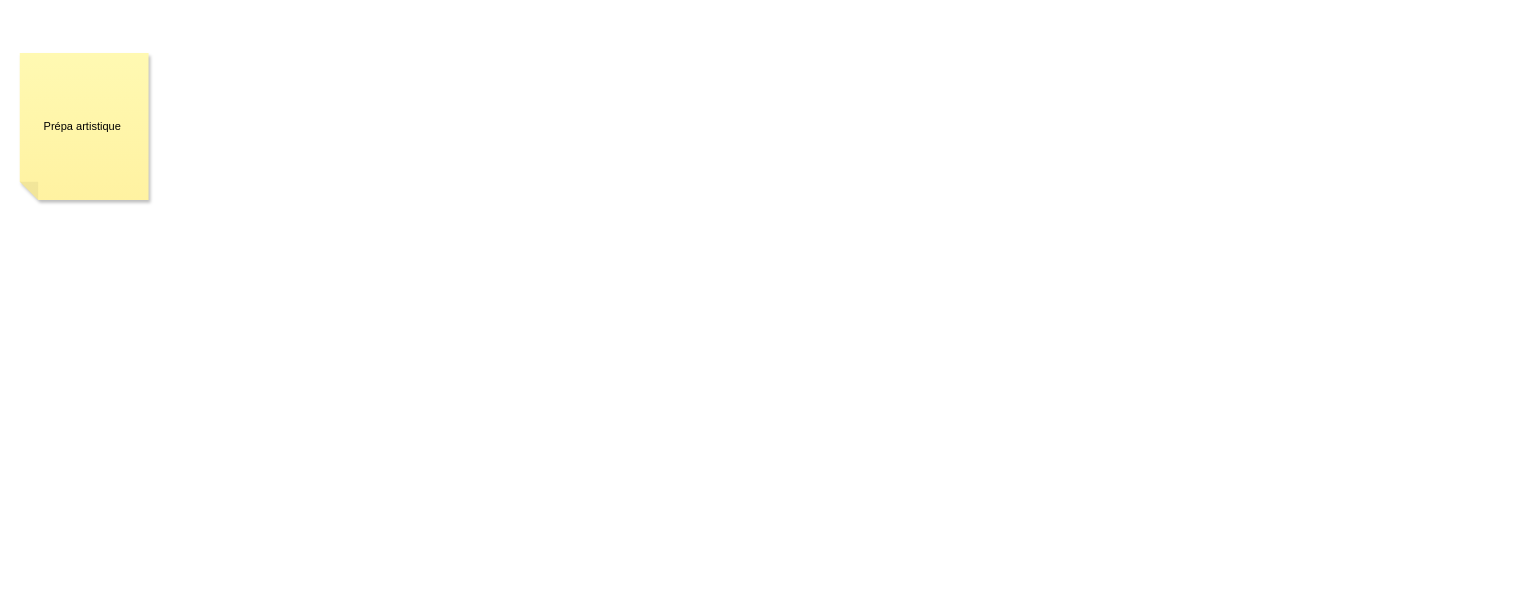
Above: ParcoursSup.drawio in TheFeloDevTeam/Diagrams (draw.io), before the change. Source tidied: cells renumbered, new cells numbered last; positions are measured from the earlier drawing's top-left corner, leaving out a move shared by most shapes. Both pictures are drawn from the tidied source at 92%, with x=0, y=0 at pixel (19, 52).
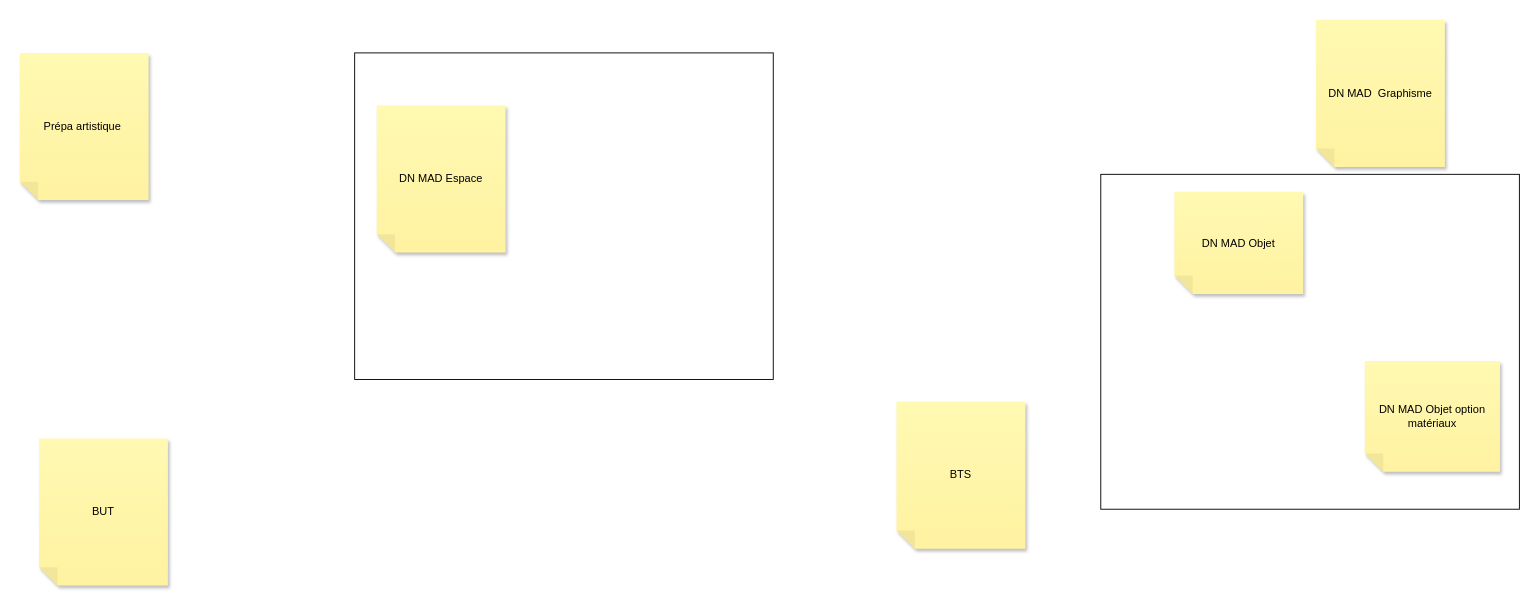
Above is the later version.

Commit message (it also covers changes not shown here):
Mettre à jour ParcoursSup.drawio

Change to the diagram source:
```diff
@@
 <mxGraphModel>
   <root>
     <mxCell id="0" />
     <mxCell id="1" parent="0" />
     <mxCell id="2" value="Prépa artistique&amp;nbsp;" style="shape=note;whiteSpace=wrap;html=1;backgroundOutline=1;fontColor=#000000;darkOpacity=0.05;fillColor=#FFF9B2;strokeColor=none;fillStyle=solid;direction=west;gradientDirection=north;gradientColor=#FFF2A1;shadow=1;size=20;" parent="1" vertex="1">
       <mxGeometry width="140" height="160" as="geometry" />
     </mxCell>
+    <mxCell id="3" value="BTS" style="shape=note;whiteSpace=wrap;html=1;backgroundOutline=1;fontColor=#000000;darkOpacity=0.05;fillColor=#FFF9B2;strokeColor=none;fillStyle=solid;direction=west;gradientDirection=north;gradientColor=#FFF2A1;shadow=1;size=20;" parent="1" vertex="1">
+      <mxGeometry x="953" y="379" width="140" height="160" as="geometry" />
+    </mxCell>
+    <mxCell id="4" value="BUT" style="shape=note;whiteSpace=wrap;html=1;backgroundOutline=1;fontColor=#000000;darkOpacity=0.05;fillColor=#FFF9B2;strokeColor=none;fillStyle=solid;direction=west;gradientDirection=north;gradientColor=#FFF2A1;shadow=1;size=20;" parent="1" vertex="1">
+      <mxGeometry x="21" y="419" width="140" height="160" as="geometry" />
+    </mxCell>
+    <mxCell id="5" value="DN MAD &amp;nbsp;Graphisme" style="shape=note;whiteSpace=wrap;html=1;backgroundOutline=1;fontColor=#000000;darkOpacity=0.05;fillColor=#FFF9B2;strokeColor=none;fillStyle=solid;direction=west;gradientDirection=north;gradientColor=#FFF2A1;shadow=1;size=20;" parent="1" vertex="1">
+      <mxGeometry x="1409" y="-36" width="140" height="160" as="geometry" />
+    </mxCell>
+    <mxCell id="6" style="rounded=0;whiteSpace=wrap;html=1;" parent="1" vertex="1">
+      <mxGeometry x="1175" y="132" width="455" height="364" as="geometry" />
+    </mxCell>
+    <mxCell id="7" value="DN MAD Objet option matériaux" style="shape=note;whiteSpace=wrap;html=1;backgroundOutline=1;fontColor=#000000;darkOpacity=0.05;fillColor=#FFF9B2;strokeColor=none;fillStyle=solid;direction=west;gradientDirection=north;gradientColor=#FFF2A1;shadow=1;size=20;" parent="6" vertex="1">
+      <mxGeometry x="287" y="203" width="146.9" height="120.3" as="geometry" />
+    </mxCell>
+    <mxCell id="8" value="DN MAD Objet" style="shape=note;whiteSpace=wrap;html=1;backgroundOutline=1;fontColor=#000000;darkOpacity=0.05;fillColor=#FFF9B2;strokeColor=none;fillStyle=solid;direction=west;gradientDirection=north;gradientColor=#FFF2A1;shadow=1;size=20;" parent="6" vertex="1">
+      <mxGeometry x="80" y="19" width="140" height="111" as="geometry" />
+    </mxCell>
+    <mxCell id="9" style="rounded=0;whiteSpace=wrap;html=1;" parent="1" vertex="1">
+      <mxGeometry x="364" width="455" height="355" as="geometry" />
+    </mxCell>
+    <mxCell id="10" value="DN MAD Espace" style="shape=note;whiteSpace=wrap;html=1;backgroundOutline=1;fontColor=#000000;darkOpacity=0.05;fillColor=#FFF9B2;strokeColor=none;fillStyle=solid;direction=west;gradientDirection=north;gradientColor=#FFF2A1;shadow=1;size=20;" parent="9" vertex="1">
+      <mxGeometry x="24" y="57" width="140" height="160" as="geometry" />
+    </mxCell>
   </root>
 </mxGraphModel>
```
